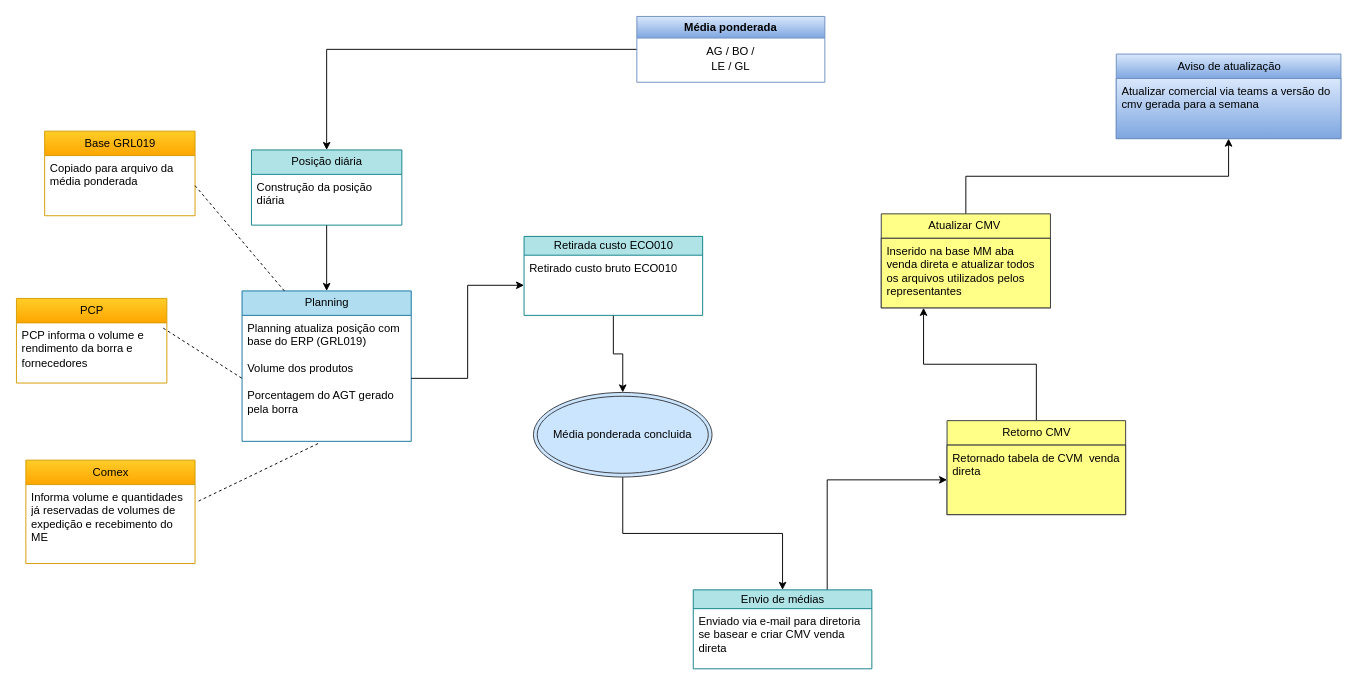
The draw.io diagram fluxo_cmv_direto.drawio in L-Vasconcelos/drawio, before the edit. Source tidied: cells renumbered, new cells numbered last; positions are measured from the earlier drawing's top-left corner, leaving out a move shared by most shapes. Both pictures are drawn from the tidied source at 94%, with x=0, y=0 at pixel (16, 16).
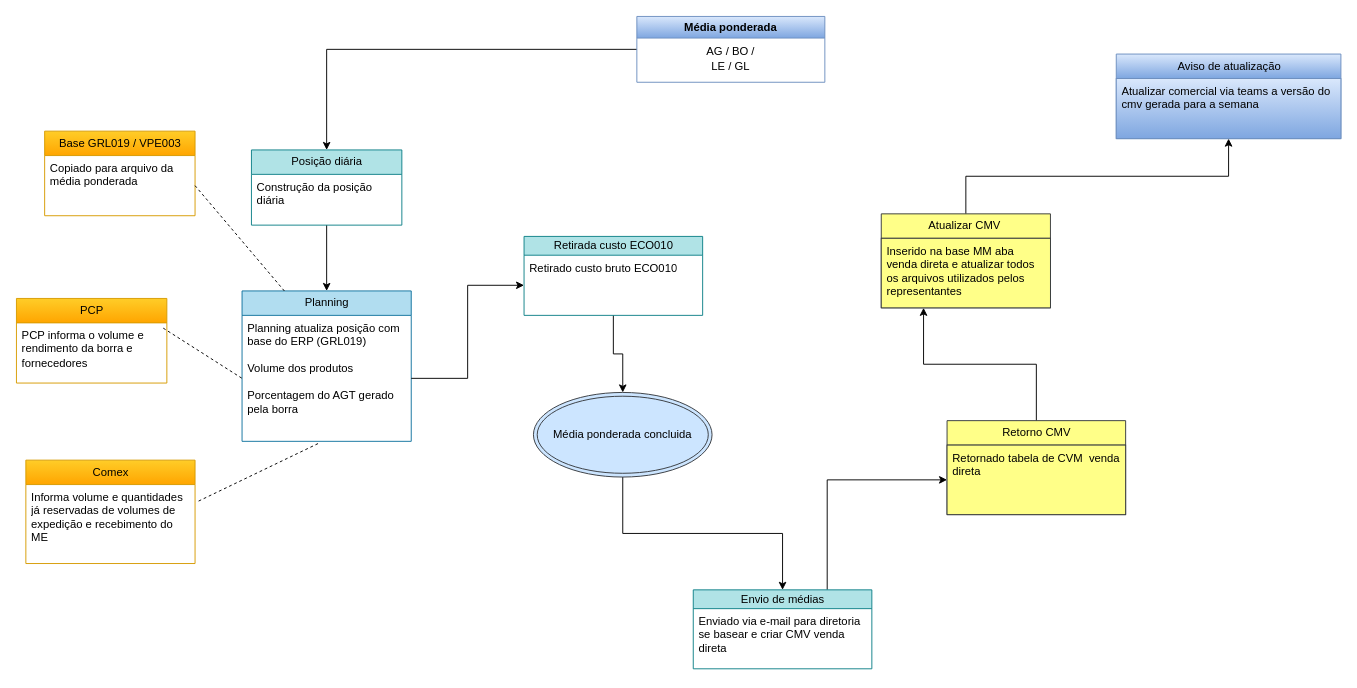
The same page after the edit.

Diff of the diagram source:
```diff
@@
-    <mxCell id="18" value="Base GRL019" style="swimlane;fontStyle=0;horizontal=1;startSize=26;fillColor=#ffcd28;html=1;strokeColor=#d79b00;gradientColor=#ffa500;" parent="1" vertex="1">
+    <mxCell id="18" value="Base GRL019 / VPE003" style="swimlane;fontStyle=0;horizontal=1;startSize=26;fillColor=#ffcd28;html=1;strokeColor=#d79b00;gradientColor=#ffa500;" parent="1" vertex="1">
       <mxGeometry x="30" y="122" width="160" height="90" as="geometry" />
     </mxCell>
```
